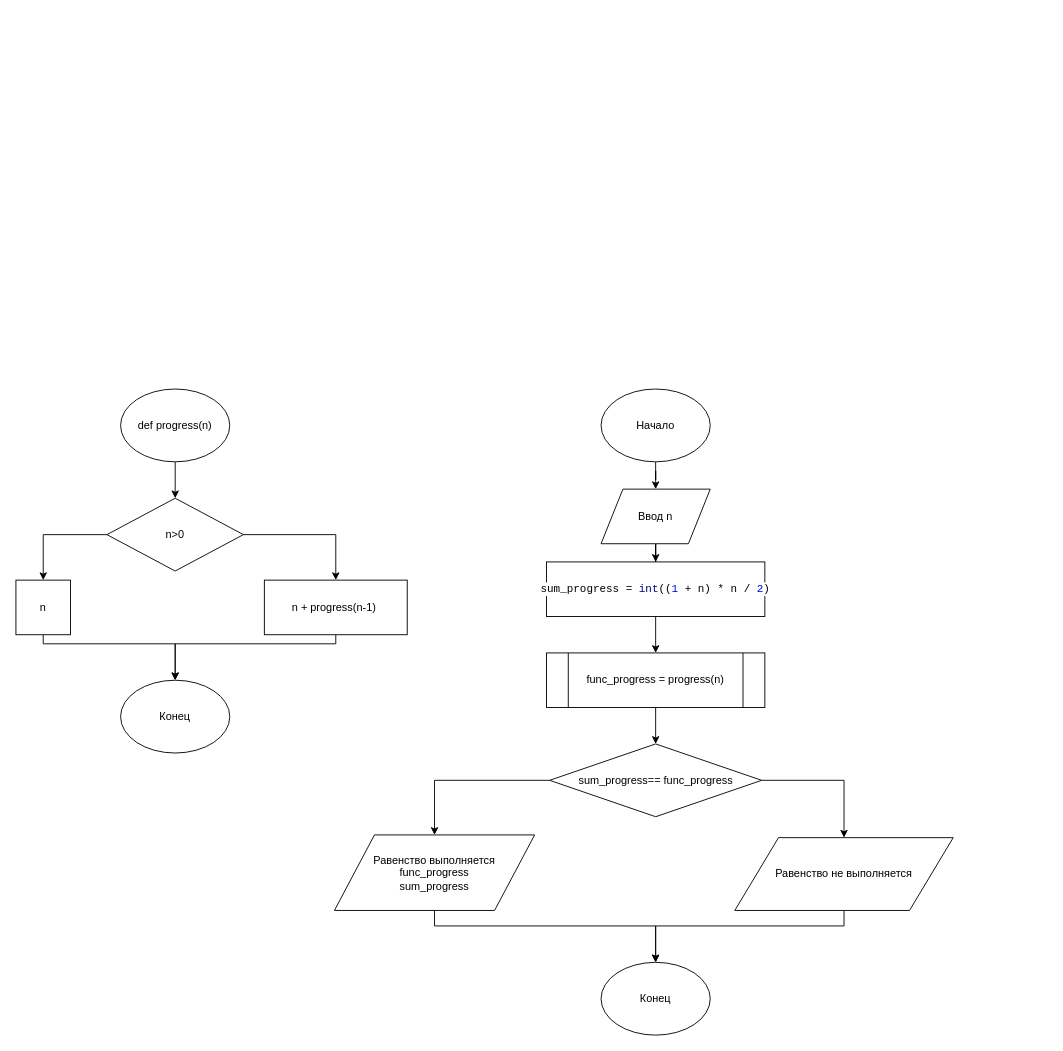
Above: page "Task2-7" (3 of 4) of Task2.drawio in alexfadin/python (draw.io), before the change. Source tidied: cells renumbered, new cells numbered last; positions are measured from the earlier drawing's top-left corner, leaving out a move shared by most shapes. Both pictures are drawn from the tidied source at 91%, with x=0, y=0 at pixel (15, 389).
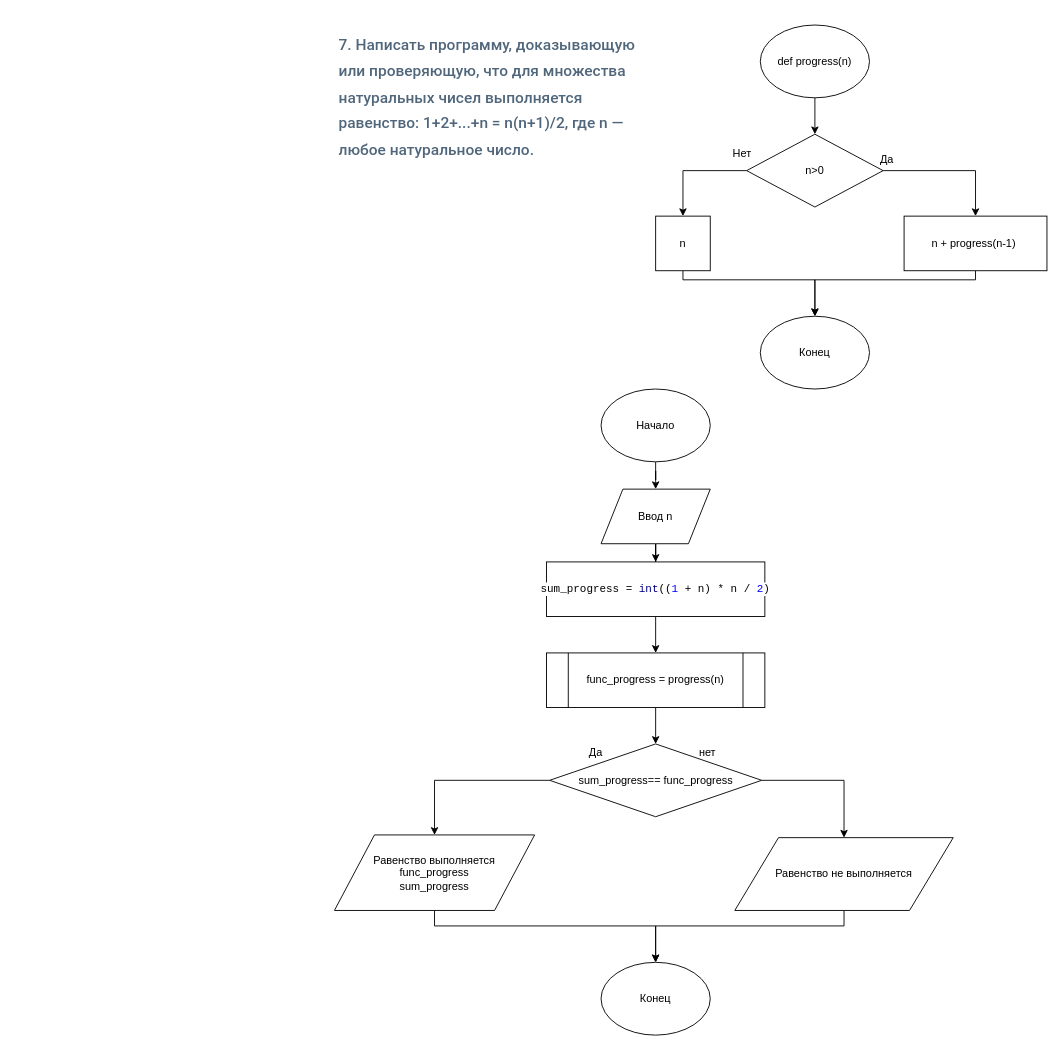
After the change.

What changed in the source:
```diff
@@
     <mxCell id="3" value="def progress(n)" style="ellipse;whiteSpace=wrap;html=1;" parent="1" vertex="1">
-      <mxGeometry x="115" width="120" height="80" as="geometry" />
+      <mxGeometry x="818" y="-400" width="120" height="80" as="geometry" />
     </mxCell>
@@
     <mxCell id="6" value="n&amp;gt;0" style="rhombus;whiteSpace=wrap;html=1;" parent="1" vertex="1">
-      <mxGeometry x="100" y="120" width="150" height="80" as="geometry" />
+      <mxGeometry x="803" y="-280" width="150" height="80" as="geometry" />
     </mxCell>
     <mxCell id="7" style="edgeStyle=orthogonalEdgeStyle;rounded=0;jettySize=auto;html=1;entryX=0.5;entryY=0;entryDx=0;entryDy=0;" parent="1" edge="1" source="8" target="11">
       <mxGeometry relative="1" as="geometry">
         <Array as="points">
-          <mxPoint x="352" y="280" />
-          <mxPoint x="175" y="280" />
+          <mxPoint x="1055" y="-120" />
+          <mxPoint x="878" y="-120" />
         </Array>
       </mxGeometry>
     </mxCell>
     <mxCell id="8" value="n + progress(n-1)&amp;nbsp;" style="rounded=0;whiteSpace=wrap;html=1;" parent="1" vertex="1">
-      <mxGeometry x="273" y="210" width="157" height="60" as="geometry" />
+      <mxGeometry x="976" y="-190" width="157" height="60" as="geometry" />
     </mxCell>
     <mxCell id="9" style="edgeStyle=orthogonalEdgeStyle;rounded=0;jettySize=auto;html=1;entryX=0.5;entryY=0;entryDx=0;entryDy=0;" parent="1" edge="1" source="10" target="11">
       <mxGeometry relative="1" as="geometry">
         <Array as="points">
-          <mxPoint x="30" y="280" />
-          <mxPoint x="175" y="280" />
+          <mxPoint x="733" y="-120" />
+          <mxPoint x="878" y="-120" />
         </Array>
       </mxGeometry>
     </mxCell>
     <mxCell id="10" value="n" style="rounded=0;whiteSpace=wrap;html=1;" parent="1" vertex="1">
-      <mxGeometry y="210" width="60" height="60" as="geometry" />
+      <mxGeometry x="703" y="-190" width="60" height="60" as="geometry" />
     </mxCell>
     <mxCell id="11" value="Конец" style="ellipse;whiteSpace=wrap;html=1;" parent="1" vertex="1">
-      <mxGeometry x="115" y="320" width="120" height="80" as="geometry" />
+      <mxGeometry x="818" y="-80" width="120" height="80" as="geometry" />
     </mxCell>
@@
+    <mxCell id="28" value="Да" style="text;html=1;align=left;verticalAlign=top;spacingTop=-4;" parent="1" vertex="1">
+      <mxGeometry x="948" y="-262" width="30" height="20" as="geometry" />
+    </mxCell>
+    <mxCell id="29" value="Нет" style="text;html=1;align=left;verticalAlign=top;spacingTop=-4;" parent="1" vertex="1">
+      <mxGeometry x="786" y="-268" width="40" height="20" as="geometry" />
+    </mxCell>
+    <mxCell id="30" value="нет" style="text;html=1;align=left;verticalAlign=top;spacingTop=-4;" parent="1" vertex="1">
+      <mxGeometry x="749" y="390" width="30" height="20" as="geometry" />
+    </mxCell>
+    <mxCell id="31" value="Да" style="text;html=1;align=left;verticalAlign=top;spacingTop=-4;" parent="1" vertex="1">
+      <mxGeometry x="628" y="390" width="30" height="20" as="geometry" />
+    </mxCell>
+    <mxCell id="32" value="&lt;h1&gt;&lt;span style=&quot;background-color: rgb(255 , 255 , 255) ; color: rgb(80 , 102 , 123) ; font-family: &amp;#34;roboto&amp;#34; , &amp;#34;san francisco&amp;#34; , &amp;#34;helvetica neue&amp;#34; , &amp;#34;helvetica&amp;#34; , &amp;#34;arial&amp;#34; ; font-size: 17px ; font-weight: 500&quot;&gt;7. Написать программу, доказывающую или проверяющую, что для множества натуральных чисел выполняется равенство: 1+2+...+n = n(n+1)/2, где n — любое натуральное число.&lt;/span&gt;&lt;br&gt;&lt;/h1&gt;" style="text;html=1;strokeColor=none;fillColor=none;spacing=5;spacingTop=-20;whiteSpace=wrap;overflow=hidden;rounded=0;" parent="1" vertex="1">
+      <mxGeometry x="350" y="-400" width="346" height="310" as="geometry" />
+    </mxCell>
```
